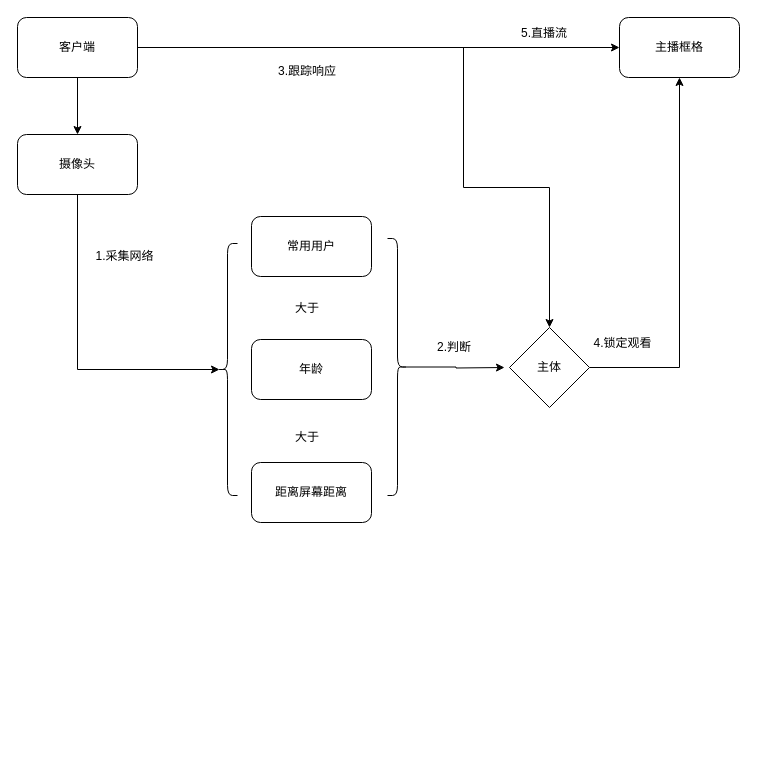
cangwang/news keeps this draw.io diagram as page "Page-2" (2 of 5) of 封面和直播间互通.drawio. Above is the earlier version. Source tidied: cells renumbered, new cells numbered last; positions are measured from the earlier drawing's top-left corner, leaving out a move shared by most shapes. Both pictures are drawn from the tidied source at 100%, with x=0, y=0 at pixel (17, 17).
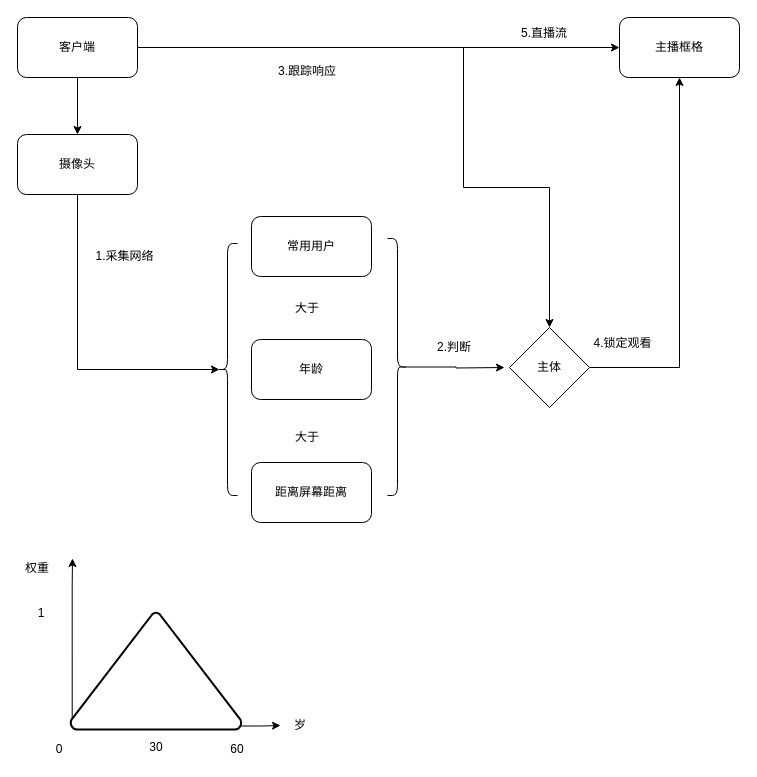
The same diagram, later.

Diff of the diagram source:
```diff
@@
+    <mxCell id="24" style="edgeStyle=orthogonalEdgeStyle;rounded=0;jettySize=auto;html=1;exitX=0.01;exitY=0.97;exitDx=0;exitDy=0;exitPerimeter=0;" parent="1" edge="1" source="26">
+      <mxGeometry relative="1" as="geometry">
+        <mxPoint x="55" y="541" as="targetPoint" />
+      </mxGeometry>
+    </mxCell>
+    <mxCell id="25" style="edgeStyle=orthogonalEdgeStyle;rounded=0;jettySize=auto;html=1;exitX=0.99;exitY=0.97;exitDx=0;exitDy=0;exitPerimeter=0;entryX=0;entryY=0.5;entryDx=0;entryDy=0;" parent="1" edge="1" source="26" target="30">
+      <mxGeometry relative="1" as="geometry" />
+    </mxCell>
+    <mxCell id="26" style="strokeWidth=2;html=1;shape=mxgraph.flowchart.extract_or_measurement;whiteSpace=wrap;" parent="1" vertex="1">
+      <mxGeometry x="53" y="595" width="171" height="117" as="geometry" />
+    </mxCell>
+    <mxCell id="27" value="0" style="text;html=1;strokeColor=none;fillColor=none;align=center;verticalAlign=middle;whiteSpace=wrap;rounded=0;" parent="1" vertex="1">
+      <mxGeometry x="22" y="722" width="40" height="20" as="geometry" />
+    </mxCell>
+    <mxCell id="28" value="60" style="text;html=1;strokeColor=none;fillColor=none;align=center;verticalAlign=middle;whiteSpace=wrap;rounded=0;" parent="1" vertex="1">
+      <mxGeometry x="200" y="722" width="40" height="20" as="geometry" />
+    </mxCell>
+    <mxCell id="29" value="30" style="text;html=1;strokeColor=none;fillColor=none;align=center;verticalAlign=middle;whiteSpace=wrap;rounded=0;" parent="1" vertex="1">
+      <mxGeometry x="118.5" y="720" width="40" height="20" as="geometry" />
+    </mxCell>
+    <mxCell id="30" value="岁" style="text;html=1;strokeColor=none;fillColor=none;align=center;verticalAlign=middle;whiteSpace=wrap;rounded=0;" parent="1" vertex="1">
+      <mxGeometry x="263" y="698" width="40" height="20" as="geometry" />
+    </mxCell>
+    <mxCell id="31" value="1" style="text;html=1;strokeColor=none;fillColor=none;align=center;verticalAlign=middle;whiteSpace=wrap;rounded=0;" parent="1" vertex="1">
+      <mxGeometry x="4" y="586" width="40" height="20" as="geometry" />
+    </mxCell>
+    <mxCell id="32" value="权重" style="text;html=1;strokeColor=none;fillColor=none;align=center;verticalAlign=middle;whiteSpace=wrap;rounded=0;" parent="1" vertex="1">
+      <mxGeometry y="541" width="40" height="20" as="geometry" />
+    </mxCell>
```
